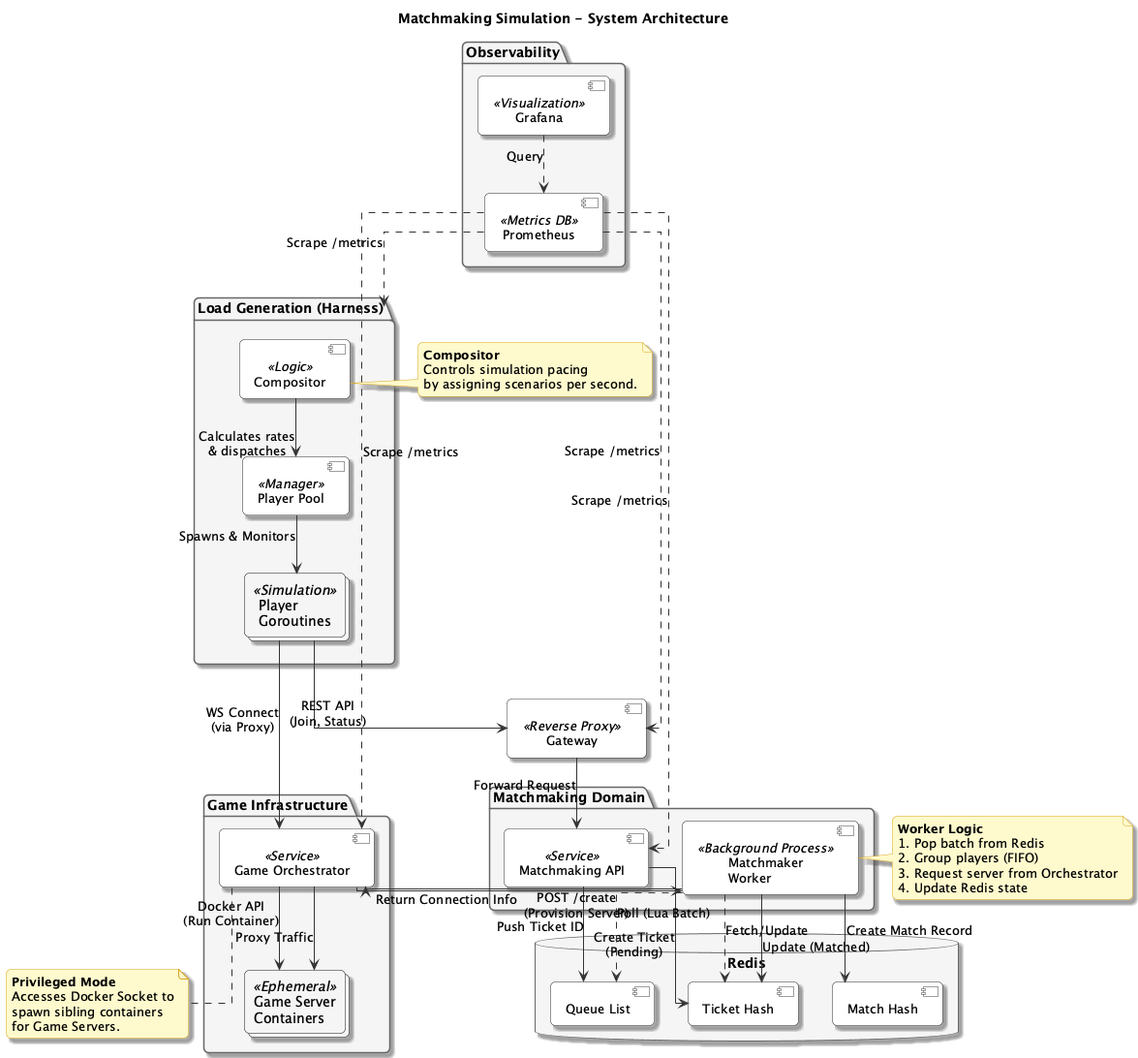
This is architecture/architecture.png from Dabemuc/matchmaking-simulation, a PlantUML export, as it was before one commit.
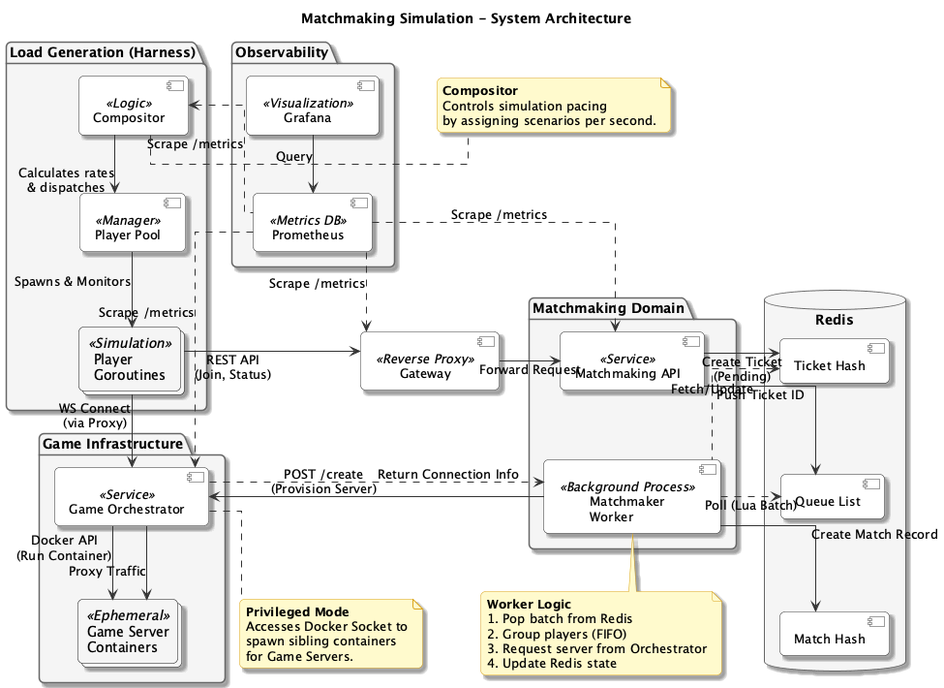
The same diagram one commit later.

Change to the diagram source:
```diff
@@ -3,6 +3,8 @@
 skinparam roundcorner 10
 skinparam shadowing true
 skinparam linetype ortho
+skinparam nodesep 60
+skinparam ranksep 60
 
 skinparam component {
   BackgroundColor #FDFDFD
@@ -28,71 +30,78 @@
 
 title Matchmaking Simulation - System Architecture
 
+package "Observability" {
+    component "Grafana" as Grafana <<Visualization>>
+    component "Prometheus" as Prometheus <<Metrics DB>>
+    Grafana -down-> Prometheus : "Query"
+}
+
 package "Load Generation (Harness)" {
     component "Compositor" as Compositor <<Logic>>
     component "Player Pool" as Pool <<Manager>>
     collections "Player\nGoroutines" as Players <<Simulation>>
 
-    Compositor --> Pool : "Calculates rates\n& dispatches"
-    Pool --> Players : "Spawns & Monitors"
+    Compositor -down-> Pool : "Calculates rates\n& dispatches"
+    Pool -down-> Players : "Spawns & Monitors"
 }
 
-component "Gateway" as Gateway <<Reverse Proxy>> {
-}
+component "Gateway" as Gateway <<Reverse Proxy>>
 
 package "Matchmaking Domain" {
     component "Matchmaking API" as MatchAPI <<Service>>
     component "Matchmaker\nWorker" as MatchWorker <<Background Process>>
+
+    MatchAPI -[hidden]down- MatchWorker
+}
+
+database "Redis" as Redis {
+    [Ticket Hash] as R_Ticket
+    [Queue List] as R_Queue
+    [Match Hash] as R_Match
+
+    R_Ticket -[hidden]down- R_Queue
+    R_Queue -[hidden]down- R_Match
 }
 
 package "Game Infrastructure" {
     component "Game Orchestrator" as Orchestrator <<Service>>
     collections "Game Server\nContainers" as GameServers <<Ephemeral>>
+
+    Orchestrator -down-> GameServers : "Docker API\n(Run Container)"
 }
 
-database "Redis" as Redis {
-    [Queue List] as R_Queue
-    [Ticket Hash] as R_Ticket
-    [Match Hash] as R_Match
-}
 
-package "Observability" {
-    component "Prometheus" as Prometheus <<Metrics DB>>
-    component "Grafana" as Grafana <<Visualization>>
-}
+Gateway -[hidden]down- Orchestrator
 
-Players -down-> Gateway : "REST API\n(Join, Status)"
-Gateway -down-> MatchAPI : "Forward Request"
+
+Players -right-> Gateway : "REST API\n(Join, Status)"
+Gateway -right-> MatchAPI : "Forward Request"
 
 MatchAPI -right-> R_Ticket : "Create Ticket\n(Pending)"
 MatchAPI -right-> R_Queue : "Push Ticket ID"
 
-MatchWorker ..> R_Queue : "Poll (Lua Batch)"
-MatchWorker ..> R_Ticket : "Fetch/Update"
-MatchWorker -down-> Orchestrator : "POST /create\n(Provision Server)"
+MatchWorker .right.> R_Queue : "Poll (Lua Batch)"
+MatchWorker .up.> R_Ticket : "Fetch/Update"
+MatchWorker -right-> R_Match : "Create Match Record"
+MatchWorker -left-> Orchestrator : "POST /create\n(Provision Server)"
 
-Orchestrator --> GameServers : "Docker API\n(Run Container)"
-Orchestrator -right-> MatchWorker : "Return Connection Info"
-
-MatchWorker --> R_Match : "Create Match Record"
-MatchWorker --> R_Ticket : "Update (Matched)"
+Orchestrator .right.> MatchWorker : "Return Connection Info"
+Orchestrator -down-> GameServers : "Proxy Traffic"
 
 Players -down-> Orchestrator : "WS Connect\n(via Proxy)"
-Orchestrator -down-> GameServers : "Proxy Traffic"
 
-Prometheus ..> Gateway : "Scrape /metrics"
-Prometheus ..> MatchAPI : "Scrape /metrics"
-Prometheus ..> Orchestrator : "Scrape /metrics"
-Prometheus ..> "Load Generation (Harness)" : "Scrape /metrics"
-Grafana ..> Prometheus : "Query"
+Prometheus .down.> Gateway : "Scrape /metrics"
+Prometheus .down.> MatchAPI : "Scrape /metrics"
+Prometheus .down.> Orchestrator : "Scrape /metrics"
+Prometheus .left.> Compositor : "Scrape /metrics"
 
-note left of Compositor
+note right of Compositor
   <b>Compositor</b>
   Controls simulation pacing
   by assigning scenarios per second.
 end note
 
-note right of MatchWorker
+note bottom of MatchWorker
   <b>Worker Logic</b>
   1. Pop batch from Redis
   2. Group players (FIFO)
```
